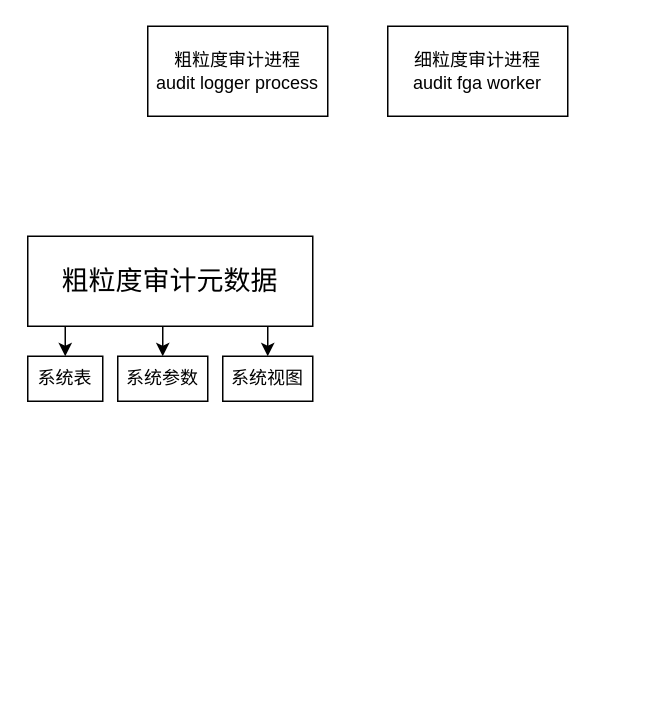
Earlier version of the draw.io diagram 审计总框架.drawio (hnusttyj530/fc3D). Source tidied: cells renumbered, new cells numbered last; positions are measured from the earlier drawing's top-left corner, leaving out a move shared by most shapes. Both pictures are drawn from the tidied source at 150%, with x=0, y=0 at pixel (27, 26).
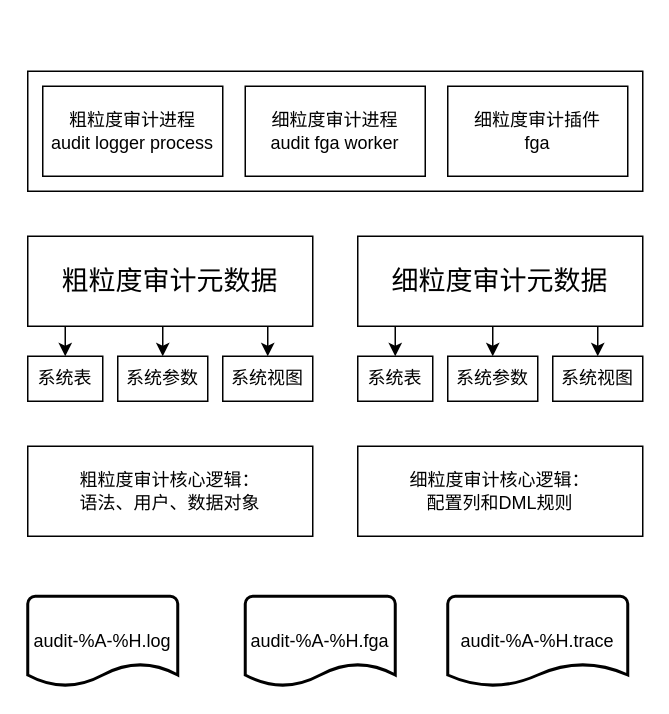
The same page after the edit.

Commit message (it also covers changes not shown here):
更新审计总框架.drawio

The edit, as a diff of the source:
```diff
@@
+    <mxCell id="11" style="rounded=0;whiteSpace=wrap;html=1;" parent="1" vertex="1">
+      <mxGeometry y="30" width="410" height="80" as="geometry" />
+    </mxCell>
     <mxCell id="2" value="粗粒度审计进程&lt;br&gt;audit logger process" style="rounded=0;whiteSpace=wrap;html=1;" parent="1" vertex="1">
-      <mxGeometry x="80" width="120" height="60" as="geometry" />
+      <mxGeometry x="10" y="40" width="120" height="60" as="geometry" />
     </mxCell>
     <mxCell id="3" value="细粒度审计进程&lt;br&gt;&lt;div&gt;audit fga worker&lt;/div&gt;" style="rounded=0;whiteSpace=wrap;html=1;" parent="1" vertex="1">
-      <mxGeometry x="240" width="120" height="60" as="geometry" />
+      <mxGeometry x="145" y="40" width="120" height="60" as="geometry" />
     </mxCell>
@@
+    <mxCell id="12" style="edgeStyle=orthogonalEdgeStyle;rounded=0;jettySize=auto;html=1;exitX=0.25;exitY=1;exitDx=0;exitDy=0;entryX=0.5;entryY=0;entryDx=0;entryDy=0;" parent="1" edge="1" source="15" target="16">
+      <mxGeometry relative="1" as="geometry" />
+    </mxCell>
+    <mxCell id="13" style="edgeStyle=orthogonalEdgeStyle;rounded=0;jettySize=auto;html=1;exitX=0.5;exitY=1;exitDx=0;exitDy=0;entryX=0.5;entryY=0;entryDx=0;entryDy=0;" parent="1" edge="1" source="15" target="17">
+      <mxGeometry relative="1" as="geometry" />
+    </mxCell>
+    <mxCell id="14" style="edgeStyle=orthogonalEdgeStyle;rounded=0;jettySize=auto;html=1;exitX=0.75;exitY=1;exitDx=0;exitDy=0;entryX=0.5;entryY=0;entryDx=0;entryDy=0;" parent="1" edge="1" source="15" target="18">
+      <mxGeometry relative="1" as="geometry" />
+    </mxCell>
+    <mxCell id="15" value="&lt;font style=&quot;font-size: 18px;&quot;&gt;细粒度审计元数据&lt;/font&gt;" style="rounded=0;whiteSpace=wrap;html=1;" parent="1" vertex="1">
+      <mxGeometry x="220" y="140" width="190" height="60" as="geometry" />
+    </mxCell>
+    <mxCell id="16" value="系统表" style="rounded=0;whiteSpace=wrap;html=1;" parent="1" vertex="1">
+      <mxGeometry x="220" y="220" width="50" height="30" as="geometry" />
+    </mxCell>
+    <mxCell id="17" value="系统参数" style="rounded=0;whiteSpace=wrap;html=1;" parent="1" vertex="1">
+      <mxGeometry x="280" y="220" width="60" height="30" as="geometry" />
+    </mxCell>
+    <mxCell id="18" value="系统视图" style="rounded=0;whiteSpace=wrap;html=1;" parent="1" vertex="1">
+      <mxGeometry x="350" y="220" width="60" height="30" as="geometry" />
+    </mxCell>
+    <mxCell id="19" value="细粒度审计插件&lt;br&gt;&lt;div&gt;fga &lt;br&gt;&lt;/div&gt;" style="rounded=0;whiteSpace=wrap;html=1;" parent="1" vertex="1">
+      <mxGeometry x="280" y="40" width="120" height="60" as="geometry" />
+    </mxCell>
+    <mxCell id="20" value="&lt;div&gt;粗粒度审计核心逻辑：&lt;/div&gt;&lt;div&gt;语法、用户、数据对象&lt;br&gt;&lt;/div&gt;" style="rounded=0;whiteSpace=wrap;html=1;" parent="1" vertex="1">
+      <mxGeometry y="280" width="190" height="60" as="geometry" />
+    </mxCell>
+    <mxCell id="21" value="&lt;div&gt;细粒度审计核心逻辑：&lt;/div&gt;&lt;div&gt;配置列和DML规则&lt;br&gt;&lt;/div&gt;" style="rounded=0;whiteSpace=wrap;html=1;" parent="1" vertex="1">
+      <mxGeometry x="220" y="280" width="190" height="60" as="geometry" />
+    </mxCell>
+    <mxCell id="22" value="audit-%A-%H.log" style="strokeWidth=2;html=1;shape=mxgraph.flowchart.document2;whiteSpace=wrap;size=0.25;" parent="1" vertex="1">
+      <mxGeometry y="380" width="100" height="60" as="geometry" />
+    </mxCell>
+    <mxCell id="23" value="audit-%A-%H.fga" style="strokeWidth=2;html=1;shape=mxgraph.flowchart.document2;whiteSpace=wrap;size=0.25;" parent="1" vertex="1">
+      <mxGeometry x="145" y="380" width="100" height="60" as="geometry" />
+    </mxCell>
+    <mxCell id="24" value="audit-%A-%H.trace" style="strokeWidth=2;html=1;shape=mxgraph.flowchart.document2;whiteSpace=wrap;size=0.25;" parent="1" vertex="1">
+      <mxGeometry x="280" y="380" width="120" height="60" as="geometry" />
+    </mxCell>
```
